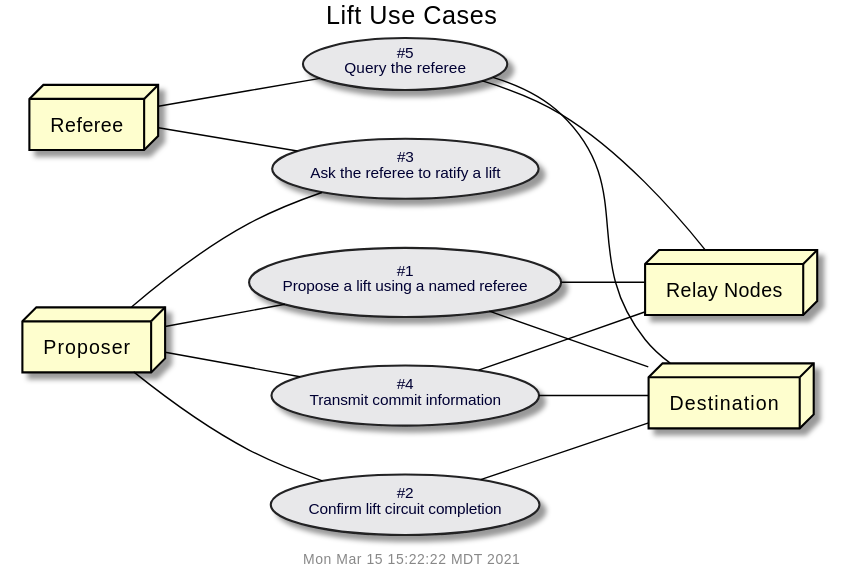
gotchoices/MyCHIPs keeps this PlantUML diagram as doc/uml/use-lift.svg. Above is the earlier version. Source of this version:
```plantuml
@startuml
!include common.puml
$title(Lift Use Cases)
left to right direction

node "Proposer" as proposer
node "Referee" as referee
node "Relay Nodes" as relayNodes
node "Destination" as destNode

usecase "#1\nPropose a lift using a named referee" as proposed
usecase "#2\nConfirm lift circuit completion" as confirm
usecase "#3\nAsk the referee to ratify a lift" as ratify
usecase "#4\nTransmit commit information" as commit
usecase "#5\nQuery the referee" as query

proposer	--	proposed
			proposed	-- relayNodes
			proposed	-- destNode

proposer	--	confirm
			confirm		-- destNode

proposer	--	ratify
referee		--	ratify

proposer	--	commit
			commit		-- relayNodes
			commit		-- destNode

referee		--	query
			query		-- relayNodes
			query		-- destNode

@enduml
```
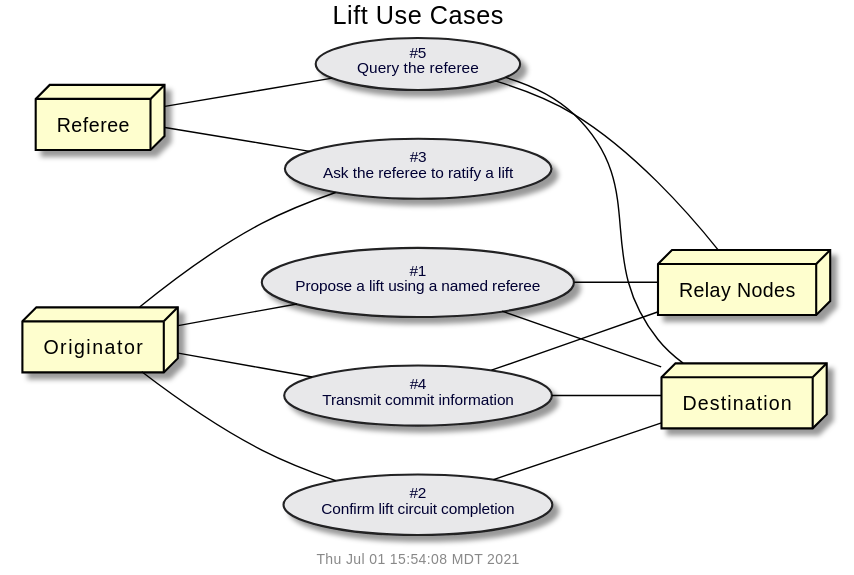
The same file after the commit.

The edit, as a diff of the source:
```diff
@@ -3,7 +3,7 @@
 $title(Lift Use Cases)
 left to right direction
 
-node "Proposer" as proposer
+node "Originator" as originator
 node "Referee" as referee
 node "Relay Nodes" as relayNodes
 node "Destination" as destNode
@@ -14,17 +14,17 @@
 usecase "#4\nTransmit commit information" as commit
 usecase "#5\nQuery the referee" as query
 
-proposer	--	proposed
+originator	--	proposed
 			proposed	-- relayNodes
 			proposed	-- destNode
 
-proposer	--	confirm
+originator	--	confirm
 			confirm		-- destNode
 
-proposer	--	ratify
+originator	--	ratify
 referee		--	ratify
 
-proposer	--	commit
+originator	--	commit
 			commit		-- relayNodes
 			commit		-- destNode
 
```
